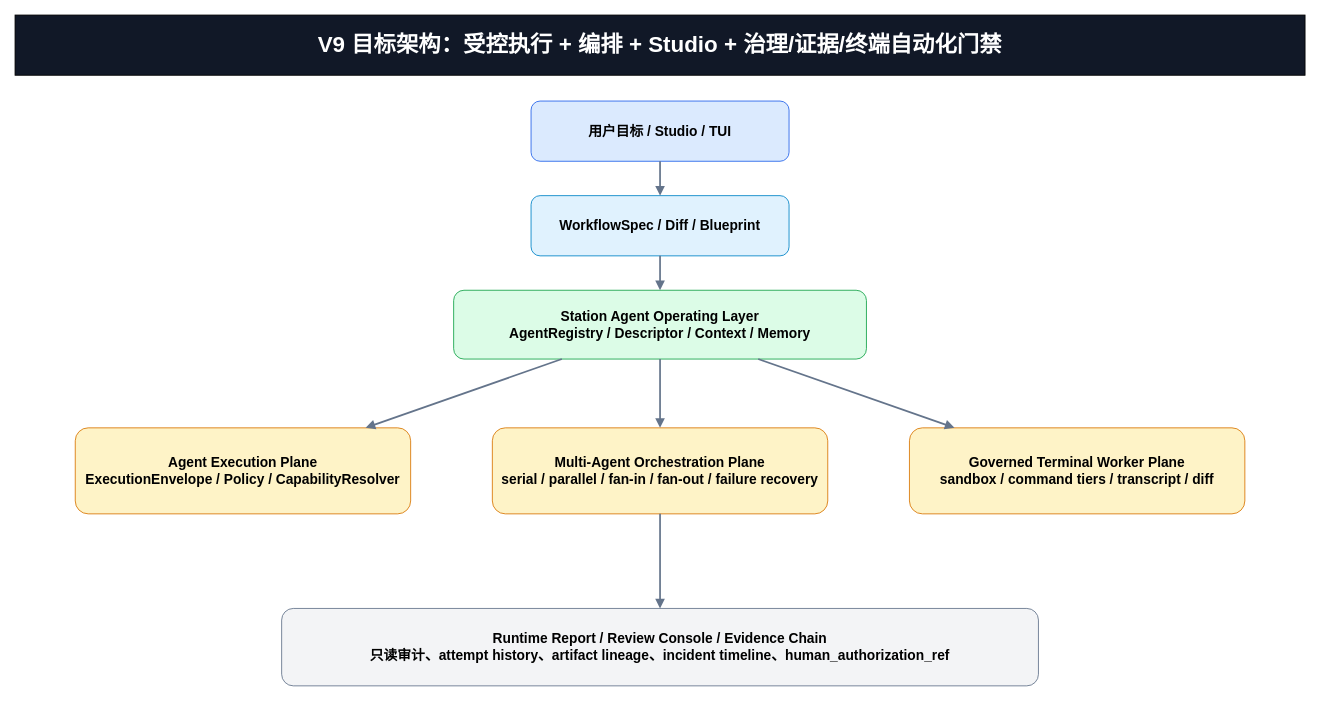
This is page "02 目标架构" (2 of 8) of harnessOS/docs/design/V9.x/v9_current_gap_analysis.drawio from ljx418/meeting-voice-assistant, a draw.io file, before an edit. Source tidied: cells renumbered, new cells numbered last; positions are measured from the earlier drawing's top-left corner, leaving out a move shared by most shapes. Both pictures are drawn from the tidied source at 86%, with x=0, y=0 at pixel (15, 15).
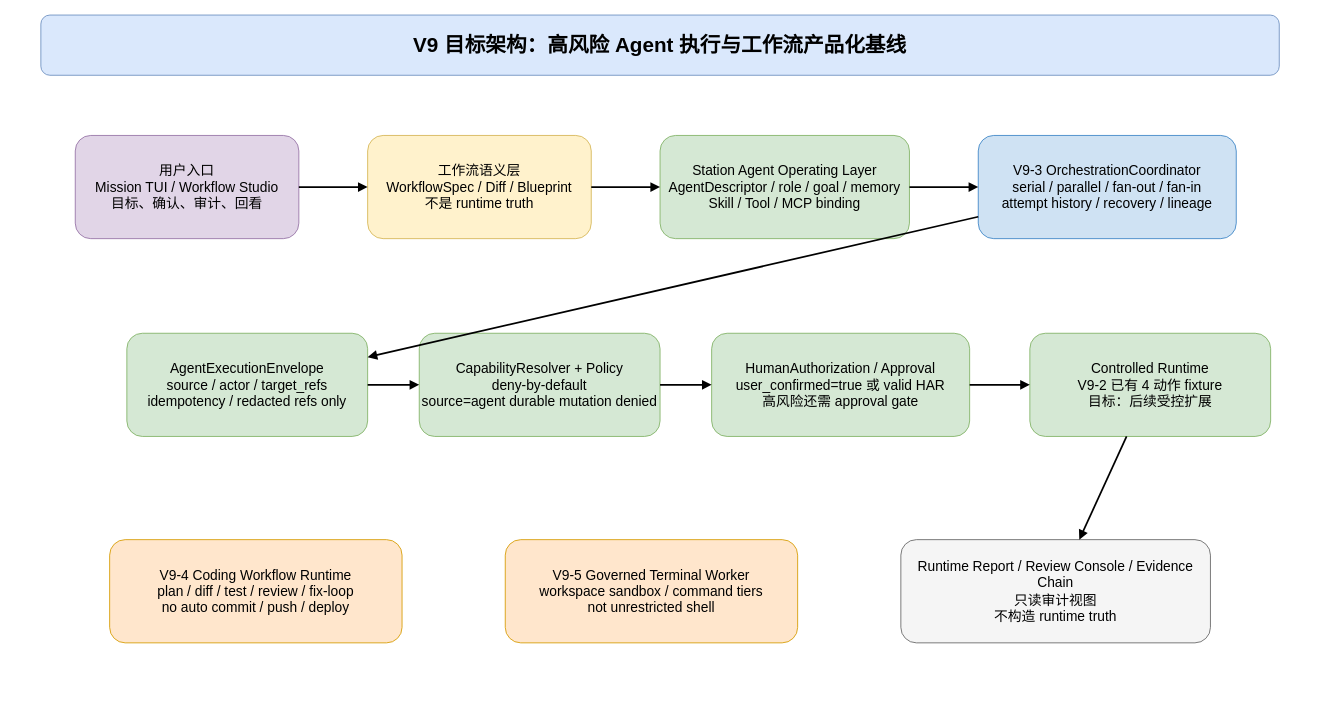
After the change.

Diff of the diagram source:
```diff
@@
-    <mxCell id="2" value="V9 目标架构：受控执行 + 编排 + Studio + 治理/证据/终端自动化门禁" style="rounded=0;whiteSpace=wrap;html=1;fillColor=#111827;fontColor=#ffffff;fontSize=26;fontStyle=1;" parent="1" vertex="1">
-      <mxGeometry width="1500" height="70" as="geometry" />
-    </mxCell>
-    <mxCell id="3" value="用户目标 / Studio / TUI" style="rounded=1;whiteSpace=wrap;html=1;fillColor=#dbeafe;strokeColor=#2563eb;fontSize=16;fontStyle=1;" parent="1" vertex="1">
-      <mxGeometry x="600" y="100" width="300" height="70" as="geometry" />
-    </mxCell>
-    <mxCell id="4" value="WorkflowSpec / Diff / Blueprint" style="rounded=1;whiteSpace=wrap;html=1;fillColor=#e0f2fe;strokeColor=#0284c7;fontSize=16;fontStyle=1;" parent="1" vertex="1">
-      <mxGeometry x="600" y="210" width="300" height="70" as="geometry" />
-    </mxCell>
-    <mxCell id="5" value="Station Agent Operating Layer&#10;AgentRegistry / Descriptor / Context / Memory" style="rounded=1;whiteSpace=wrap;html=1;fillColor=#dcfce7;strokeColor=#16a34a;fontSize=16;fontStyle=1;" parent="1" vertex="1">
-      <mxGeometry x="510" y="320" width="480" height="80" as="geometry" />
-    </mxCell>
-    <mxCell id="6" value="Agent Execution Plane&#10;ExecutionEnvelope / Policy / CapabilityResolver" style="rounded=1;whiteSpace=wrap;html=1;fillColor=#fef3c7;strokeColor=#d97706;fontSize=16;fontStyle=1;" parent="1" vertex="1">
-      <mxGeometry x="70" y="480" width="390" height="100" as="geometry" />
-    </mxCell>
-    <mxCell id="7" value="Multi-Agent Orchestration Plane&#10;serial / parallel / fan-in / fan-out / failure recovery" style="rounded=1;whiteSpace=wrap;html=1;fillColor=#fef3c7;strokeColor=#d97706;fontSize=16;fontStyle=1;" parent="1" vertex="1">
-      <mxGeometry x="555" y="480" width="390" height="100" as="geometry" />
-    </mxCell>
-    <mxCell id="8" value="Governed Terminal Worker Plane&#10;sandbox / command tiers / transcript / diff" style="rounded=1;whiteSpace=wrap;html=1;fillColor=#fef3c7;strokeColor=#d97706;fontSize=16;fontStyle=1;" parent="1" vertex="1">
-      <mxGeometry x="1040" y="480" width="390" height="100" as="geometry" />
-    </mxCell>
-    <mxCell id="9" value="Runtime Report / Review Console / Evidence Chain&#10;只读审计、attempt history、artifact lineage、incident timeline、human_authorization_ref" style="rounded=1;whiteSpace=wrap;html=1;fillColor=#f3f4f6;strokeColor=#64748b;fontSize=16;fontStyle=1;" parent="1" vertex="1">
-      <mxGeometry x="310" y="690" width="880" height="90" as="geometry" />
-    </mxCell>
-    <mxCell id="10" style="endArrow=block;html=1;strokeWidth=2;strokeColor=#64748b;" parent="1" edge="1" source="3" target="4">
-      <mxGeometry relative="1" as="geometry" />
-    </mxCell>
-    <mxCell id="11" style="endArrow=block;html=1;strokeWidth=2;strokeColor=#64748b;" parent="1" edge="1" source="4" target="5">
-      <mxGeometry relative="1" as="geometry" />
-    </mxCell>
-    <mxCell id="12" style="endArrow=block;html=1;strokeWidth=2;strokeColor=#64748b;" parent="1" edge="1" source="5" target="6">
-      <mxGeometry relative="1" as="geometry" />
-    </mxCell>
-    <mxCell id="13" style="endArrow=block;html=1;strokeWidth=2;strokeColor=#64748b;" parent="1" edge="1" source="5" target="7">
-      <mxGeometry relative="1" as="geometry" />
-    </mxCell>
-    <mxCell id="14" style="endArrow=block;html=1;strokeWidth=2;strokeColor=#64748b;" parent="1" edge="1" source="5" target="8">
-      <mxGeometry relative="1" as="geometry" />
-    </mxCell>
-    <mxCell id="15" style="endArrow=block;html=1;strokeWidth=2;strokeColor=#64748b;" parent="1" edge="1" source="7" target="9">
-      <mxGeometry relative="1" as="geometry" />
-    </mxCell>
+    <mxCell id="16" value="V9 目标架构：高风险 Agent 执行与工作流产品化基线" style="rounded=1;whiteSpace=wrap;html=1;fillColor=#dae8fc;strokeColor=#6c8ebf;fontSize=24;fontStyle=1;align=center;" parent="1" vertex="1">
+      <mxGeometry x="30" width="1440" height="70" as="geometry" />
+    </mxCell>
+    <mxCell id="17" value="用户入口&lt;br&gt;Mission TUI / Workflow Studio&lt;br&gt;目标、确认、审计、回看" style="rounded=1;whiteSpace=wrap;html=1;fillColor=#e1d5e7;strokeColor=#9673a6;fontSize=16;" parent="1" vertex="1">
+      <mxGeometry x="70" y="140" width="260" height="120" as="geometry" />
+    </mxCell>
+    <mxCell id="18" value="工作流语义层&lt;br&gt;WorkflowSpec / Diff / Blueprint&lt;br&gt;不是 runtime truth" style="rounded=1;whiteSpace=wrap;html=1;fillColor=#fff2cc;strokeColor=#d6b656;fontSize=16;" parent="1" vertex="1">
+      <mxGeometry x="410" y="140" width="260" height="120" as="geometry" />
+    </mxCell>
+    <mxCell id="19" value="Station Agent Operating Layer&lt;br&gt;AgentDescriptor / role / goal / memory&lt;br&gt;Skill / Tool / MCP binding" style="rounded=1;whiteSpace=wrap;html=1;fillColor=#d5e8d4;strokeColor=#82b366;fontSize=16;" parent="1" vertex="1">
+      <mxGeometry x="750" y="140" width="290" height="120" as="geometry" />
+    </mxCell>
+    <mxCell id="20" value="V9-3 OrchestrationCoordinator&lt;br&gt;serial / parallel / fan-out / fan-in&lt;br&gt;attempt history / recovery / lineage" style="rounded=1;whiteSpace=wrap;html=1;fillColor=#cfe2f3;strokeColor=#3d85c6;fontSize=16;" parent="1" vertex="1">
+      <mxGeometry x="1120" y="140" width="300" height="120" as="geometry" />
+    </mxCell>
+    <mxCell id="21" value="AgentExecutionEnvelope&lt;br&gt;source / actor / target_refs&lt;br&gt;idempotency / redacted refs only" style="rounded=1;whiteSpace=wrap;html=1;fillColor=#d5e8d4;strokeColor=#82b366;fontSize=16;" parent="1" vertex="1">
+      <mxGeometry x="130" y="370" width="280" height="120" as="geometry" />
+    </mxCell>
+    <mxCell id="22" value="CapabilityResolver + Policy&lt;br&gt;deny-by-default&lt;br&gt;source=agent durable mutation denied" style="rounded=1;whiteSpace=wrap;html=1;fillColor=#d5e8d4;strokeColor=#82b366;fontSize=16;" parent="1" vertex="1">
+      <mxGeometry x="470" y="370" width="280" height="120" as="geometry" />
+    </mxCell>
+    <mxCell id="23" value="HumanAuthorization / Approval&lt;br&gt;user_confirmed=true 或 valid HAR&lt;br&gt;高风险还需 approval gate" style="rounded=1;whiteSpace=wrap;html=1;fillColor=#d5e8d4;strokeColor=#82b366;fontSize=16;" parent="1" vertex="1">
+      <mxGeometry x="810" y="370" width="300" height="120" as="geometry" />
+    </mxCell>
+    <mxCell id="24" value="Controlled Runtime&lt;br&gt;V9-2 已有 4 动作 fixture&lt;br&gt;目标：后续受控扩展" style="rounded=1;whiteSpace=wrap;html=1;fillColor=#d5e8d4;strokeColor=#82b366;fontSize=16;" parent="1" vertex="1">
+      <mxGeometry x="1180" y="370" width="280" height="120" as="geometry" />
+    </mxCell>
+    <mxCell id="25" value="V9-4 Coding Workflow Runtime&lt;br&gt;plan / diff / test / review / fix-loop&lt;br&gt;no auto commit / push / deploy" style="rounded=1;whiteSpace=wrap;html=1;fillColor=#ffe6cc;strokeColor=#d79b00;fontSize=16;" parent="1" vertex="1">
+      <mxGeometry x="110" y="610" width="340" height="120" as="geometry" />
+    </mxCell>
+    <mxCell id="26" value="V9-5 Governed Terminal Worker&lt;br&gt;workspace sandbox / command tiers&lt;br&gt;not unrestricted shell" style="rounded=1;whiteSpace=wrap;html=1;fillColor=#ffe6cc;strokeColor=#d79b00;fontSize=16;" parent="1" vertex="1">
+      <mxGeometry x="570" y="610" width="340" height="120" as="geometry" />
+    </mxCell>
+    <mxCell id="27" value="Runtime Report / Review Console / Evidence Chain&lt;br&gt;只读审计视图&lt;br&gt;不构造 runtime truth" style="rounded=1;whiteSpace=wrap;html=1;fillColor=#f5f5f5;strokeColor=#666666;fontSize=16;" parent="1" vertex="1">
+      <mxGeometry x="1030" y="610" width="360" height="120" as="geometry" />
+    </mxCell>
+    <mxCell id="28" style="endArrow=block;html=1;strokeWidth=2;" parent="1" edge="1" source="17" target="18">
+      <mxGeometry relative="1" as="geometry" />
+    </mxCell>
+    <mxCell id="29" style="endArrow=block;html=1;strokeWidth=2;" parent="1" edge="1" source="18" target="19">
+      <mxGeometry relative="1" as="geometry" />
+    </mxCell>
+    <mxCell id="30" style="endArrow=block;html=1;strokeWidth=2;" parent="1" edge="1" source="19" target="20">
+      <mxGeometry relative="1" as="geometry" />
+    </mxCell>
+    <mxCell id="31" style="endArrow=block;html=1;strokeWidth=2;" parent="1" edge="1" source="20" target="21">
+      <mxGeometry relative="1" as="geometry" />
+    </mxCell>
+    <mxCell id="32" style="endArrow=block;html=1;strokeWidth=2;" parent="1" edge="1" source="21" target="22">
+      <mxGeometry relative="1" as="geometry" />
+    </mxCell>
+    <mxCell id="33" style="endArrow=block;html=1;strokeWidth=2;" parent="1" edge="1" source="22" target="23">
+      <mxGeometry relative="1" as="geometry" />
+    </mxCell>
+    <mxCell id="34" style="endArrow=block;html=1;strokeWidth=2;" parent="1" edge="1" source="23" target="24">
+      <mxGeometry relative="1" as="geometry" />
+    </mxCell>
+    <mxCell id="35" style="endArrow=block;html=1;strokeWidth=2;" parent="1" edge="1" source="24" target="27">
+      <mxGeometry relative="1" as="geometry" />
+    </mxCell>
```
